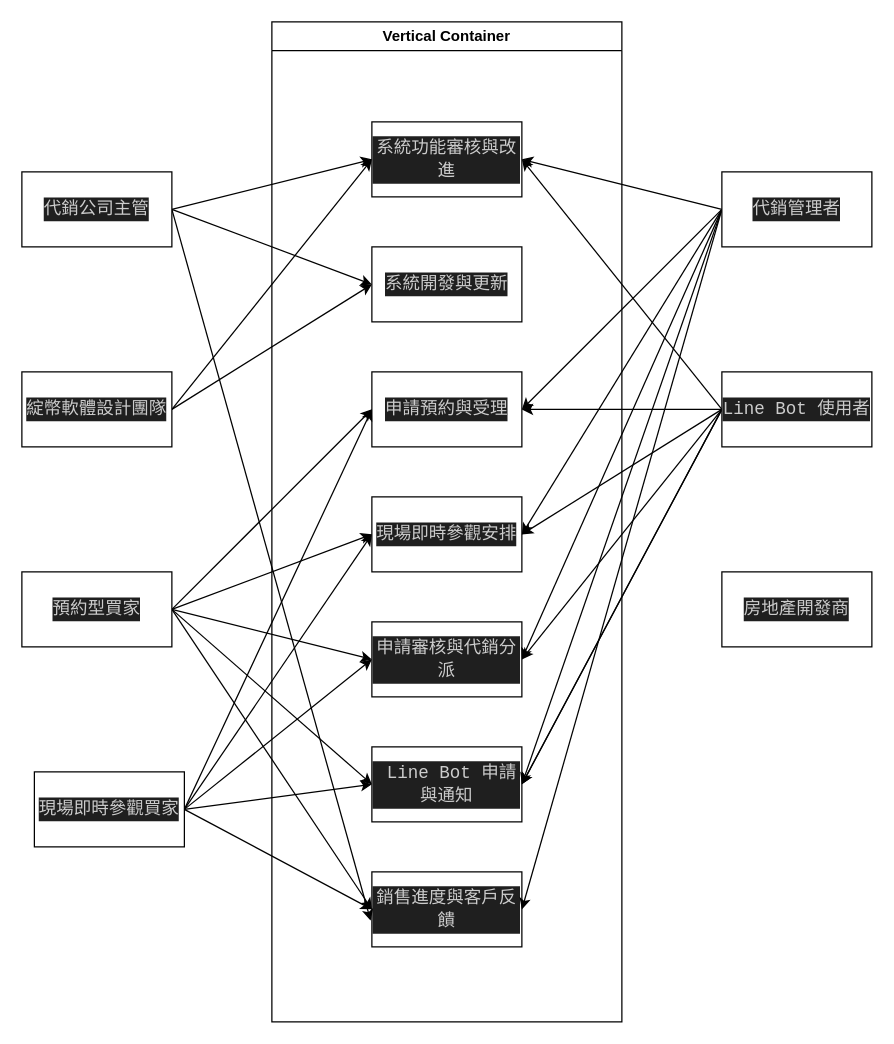
Above: a.drawio in Yunnn0622/Yunn (draw.io), before the change. Source tidied: cells renumbered, new cells numbered last; positions are measured from the earlier drawing's top-left corner, leaving out a move shared by most shapes. Both pictures are drawn from the tidied source at 125%, with x=0, y=0 at pixel (21, 21).
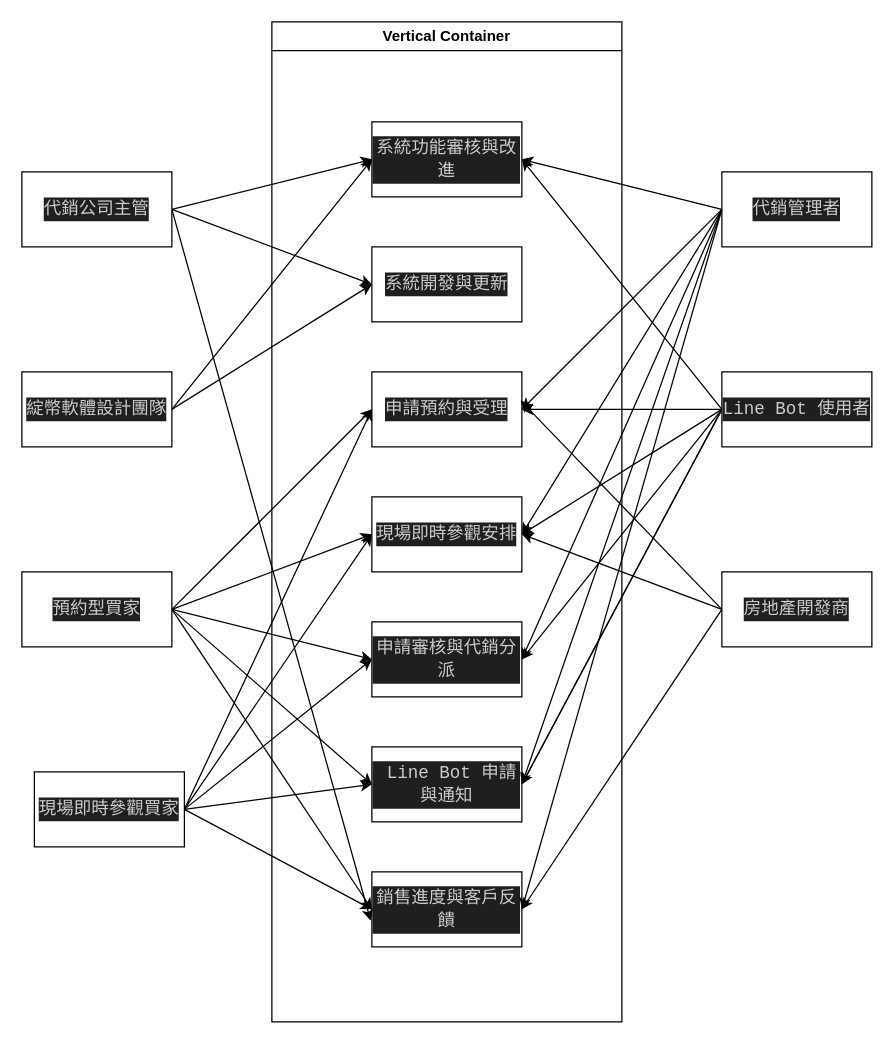
Above is the later version.

Unchanged cells that the change refers to:
```xml
<mxCell id="5" value="&lt;div style=&quot;color: rgb(204, 204, 204); background-color: rgb(31, 31, 31); font-family: Consolas, &amp;quot;Courier New&amp;quot;, monospace; font-size: 14px; line-height: 19px;&quot;&gt;申請預約與受理&lt;/div&gt;" style="rounded=0;whiteSpace=wrap;html=1;" parent="2" vertex="1">
  <mxGeometry x="80" y="280" width="120" height="60" as="geometry" />
</mxCell>
<mxCell id="6" value="&lt;div style=&quot;color: rgb(204, 204, 204); background-color: rgb(31, 31, 31); font-family: Consolas, &amp;quot;Courier New&amp;quot;, monospace; font-size: 14px; line-height: 19px;&quot;&gt;現場即時參觀安排&lt;/div&gt;" style="rounded=0;whiteSpace=wrap;html=1;" parent="2" vertex="1">
  <mxGeometry x="80" y="380" width="120" height="60" as="geometry" />
</mxCell>
<mxCell id="9" value="&lt;br&gt;&lt;div style=&quot;color: rgb(204, 204, 204); background-color: rgb(31, 31, 31); font-family: Consolas, &amp;quot;Courier New&amp;quot;, monospace; font-weight: normal; font-size: 14px; line-height: 19px;&quot;&gt;&lt;div&gt;&lt;span style=&quot;color: #cccccc;&quot;&gt;銷售進度與客戶反饋&lt;/span&gt;&lt;/div&gt;&lt;/div&gt;&lt;br&gt;" style="rounded=0;whiteSpace=wrap;html=1;" parent="2" vertex="1">
  <mxGeometry x="80" y="680" width="120" height="60" as="geometry" />
</mxCell>
<mxCell id="38" value="&lt;div style=&quot;color: rgb(204, 204, 204); background-color: rgb(31, 31, 31); font-family: Consolas, &amp;quot;Courier New&amp;quot;, monospace; font-size: 14px; line-height: 19px;&quot;&gt;房地產開發商&lt;/div&gt;" style="rounded=0;whiteSpace=wrap;html=1;" parent="1" vertex="1">
  <mxGeometry x="560" y="440" width="120" height="60" as="geometry" />
</mxCell>
```

What changed in the source:
```diff
@@
+    <mxCell id="45" style="edgeStyle=none;html=1;exitX=0;exitY=0.5;exitDx=0;exitDy=0;entryX=1;entryY=0.5;entryDx=0;entryDy=0;" parent="1" edge="1" source="38" target="6">
+      <mxGeometry relative="1" as="geometry" />
+    </mxCell>
+    <mxCell id="46" style="edgeStyle=none;html=1;exitX=0;exitY=0.5;exitDx=0;exitDy=0;entryX=1;entryY=0.5;entryDx=0;entryDy=0;" parent="1" edge="1" source="38" target="9">
+      <mxGeometry relative="1" as="geometry" />
+    </mxCell>
+    <mxCell id="47" style="edgeStyle=none;html=1;exitX=0;exitY=0.5;exitDx=0;exitDy=0;entryX=0.992;entryY=0.383;entryDx=0;entryDy=0;entryPerimeter=0;" parent="1" edge="1" source="38" target="5">
+      <mxGeometry relative="1" as="geometry" />
+    </mxCell>
```
